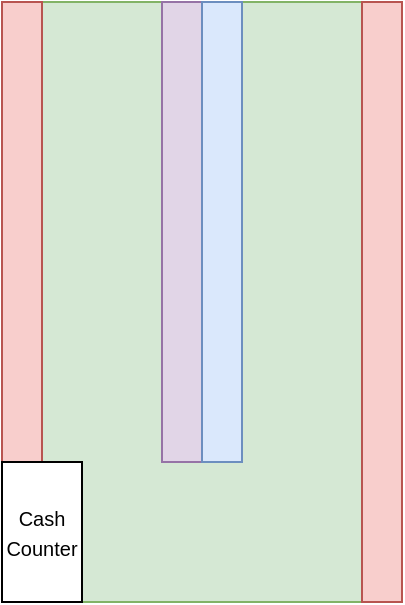
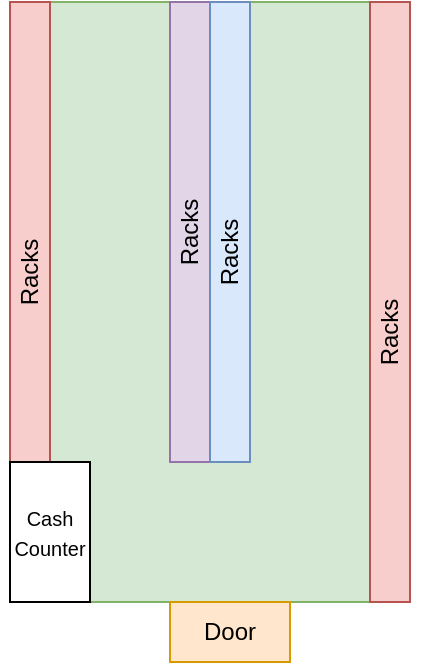
<mxfile host="app.diagrams.net">
  <diagram name="Page-1" id="zG6hiOXuOmAUIq7qCYwK">
    <mxGraphModel dx="1204" dy="674" grid="1" gridSize="10" guides="1" tooltips="1" connect="1" arrows="1" fold="1" page="1" pageScale="1" pageWidth="827" pageHeight="1169" math="0" shadow="0">
      <root>
        <mxCell id="0" />
        <mxCell id="1" parent="0" />
        <mxCell id="E7O0KfWV2V88D2bBGpZ0-1" parent="1" style="whiteSpace=wrap;html=1;fillColor=#d5e8d4;strokeColor=#82b366;" value="" vertex="1">
          <mxGeometry height="300" width="200" x="230" y="170" as="geometry" />
        </mxCell>
        <mxCell id="E7O0KfWV2V88D2bBGpZ0-2" parent="1" style="whiteSpace=wrap;html=1;fillColor=#f8cecc;strokeColor=#b85450;" value="" vertex="1">
          <mxGeometry height="230" width="20" x="230" y="170" as="geometry" />
        </mxCell>
        <mxCell id="E7O0KfWV2V88D2bBGpZ0-3" parent="1" style="whiteSpace=wrap;html=1;fillColor=#f8cecc;strokeColor=#b85450;" value="" vertex="1">
          <mxGeometry height="300" width="20" x="410" y="170" as="geometry" />
        </mxCell>
        <mxCell id="E7O0KfWV2V88D2bBGpZ0-4" parent="1" style="whiteSpace=wrap;html=1;fillColor=#e1d5e7;strokeColor=#9673a6;" value="" vertex="1">
          <mxGeometry height="230" width="20" x="310" y="170" as="geometry" />
        </mxCell>
        <mxCell id="E7O0KfWV2V88D2bBGpZ0-5" parent="1" style="whiteSpace=wrap;html=1;fillColor=#dae8fc;strokeColor=#6c8ebf;" value="" vertex="1">
          <mxGeometry height="230" width="20" x="330" y="170" as="geometry" />
        </mxCell>
        <mxCell id="E7O0KfWV2V88D2bBGpZ0-6" parent="1" style="whiteSpace=wrap;html=1;" value="&lt;font style=&quot;font-size: 10px;&quot;&gt;Cash&lt;/font&gt;&lt;div&gt;&lt;font style=&quot;font-size: 10px;&quot;&gt;Counter&lt;/font&gt;&lt;/div&gt;" vertex="1">
          <mxGeometry height="70" width="40" x="230" y="400" as="geometry" />
        </mxCell>
+         <mxCell id="E7O0KfWV2V88D2bBGpZ0-7" parent="1" style="text;html=1;whiteSpace=wrap;strokeColor=none;fillColor=none;align=center;verticalAlign=middle;rounded=0;rotation=270;" value="Racks" vertex="1">
+           <mxGeometry height="30" width="60" x="310" y="280" as="geometry" />
+         </mxCell>
+         <mxCell id="E7O0KfWV2V88D2bBGpZ0-8" parent="1" style="text;html=1;whiteSpace=wrap;strokeColor=none;fillColor=none;align=center;verticalAlign=middle;rounded=0;rotation=270;" value="Racks" vertex="1">
+           <mxGeometry height="30" width="60" x="390" y="320" as="geometry" />
+         </mxCell>
+         <mxCell id="E7O0KfWV2V88D2bBGpZ0-9" parent="1" style="text;html=1;whiteSpace=wrap;strokeColor=none;fillColor=none;align=center;verticalAlign=middle;rounded=0;rotation=270;" value="Racks" vertex="1">
+           <mxGeometry height="30" width="60" x="290" y="270" as="geometry" />
+         </mxCell>
+         <mxCell id="E7O0KfWV2V88D2bBGpZ0-10" parent="1" style="text;html=1;whiteSpace=wrap;strokeColor=none;fillColor=none;align=center;verticalAlign=middle;rounded=0;rotation=270;" value="Racks" vertex="1">
+           <mxGeometry height="30" width="60" x="210" y="290" as="geometry" />
+         </mxCell>
+         <mxCell id="E7O0KfWV2V88D2bBGpZ0-11" parent="1" style="text;html=1;whiteSpace=wrap;strokeColor=#d79b00;fillColor=#ffe6cc;align=center;verticalAlign=middle;rounded=0;" value="Door" vertex="1">
+           <mxGeometry height="30" width="60" x="310" y="470" as="geometry" />
+         </mxCell>
      </root>
    </mxGraphModel>
  </diagram>
</mxfile>
